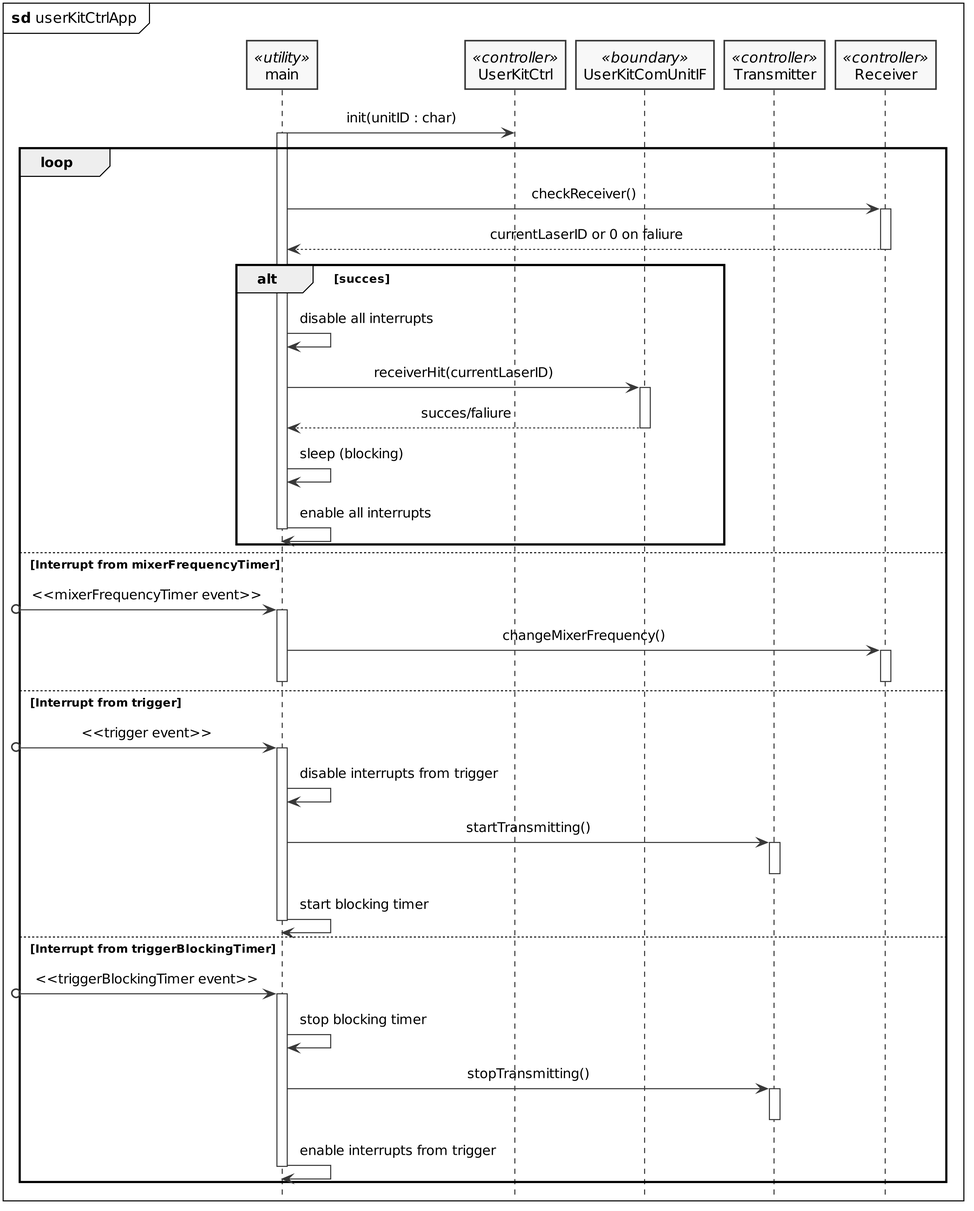
The PlantUML diagram PlantUML/out/userKitCtrlApp_sd.png in LasseKrarup/Laser-Tag-Project, before a commit.
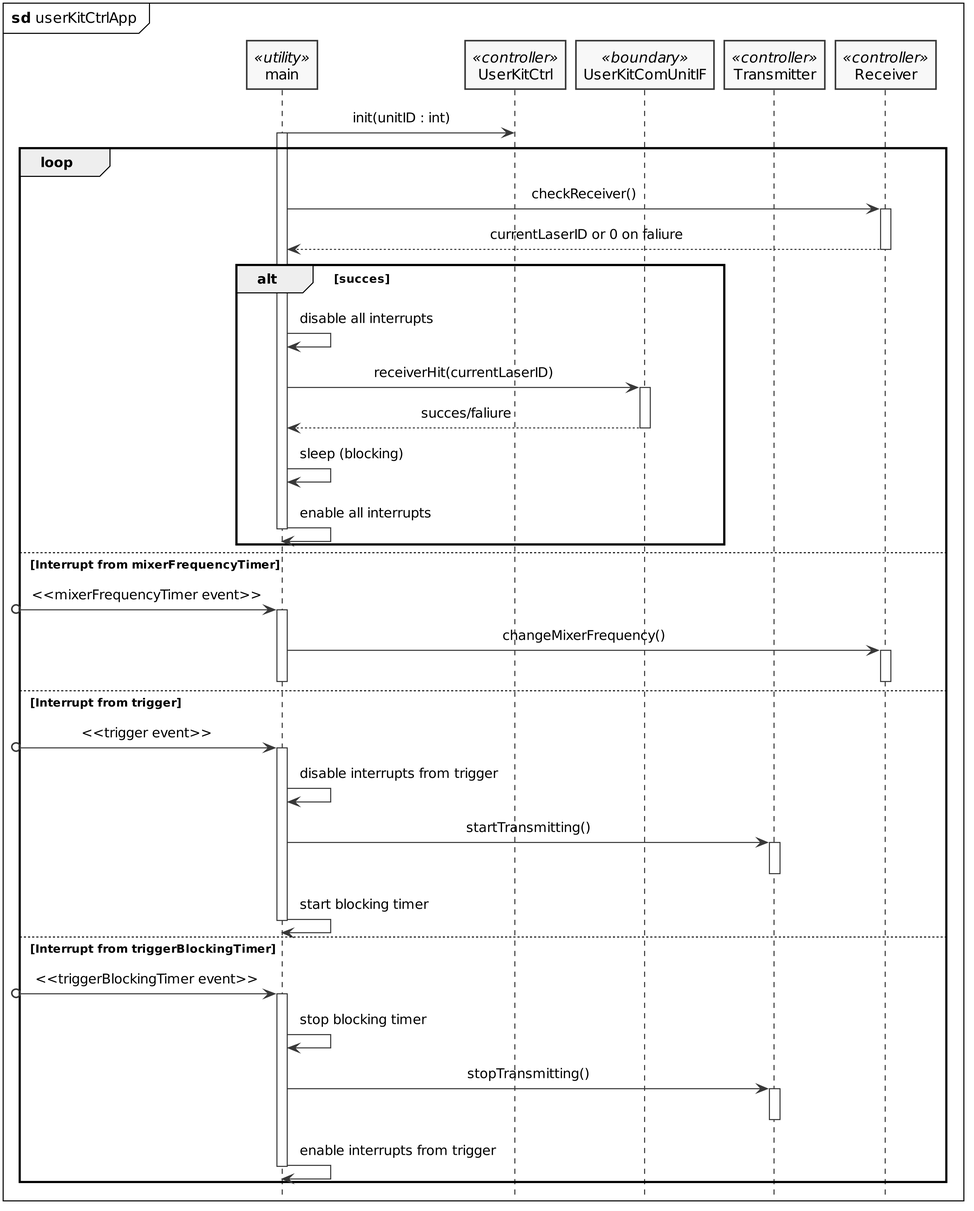
Later version of the same file.

What changed in the source:
```diff
@@ -19,7 +19,7 @@
 participant Transmitter <<controller>>
 participant Receiver <<controller>>
 
-main -> UserKitCtrl: init(unitID : char)
+main -> UserKitCtrl: init(unitID : int)
 
 loop
     activate main
```
